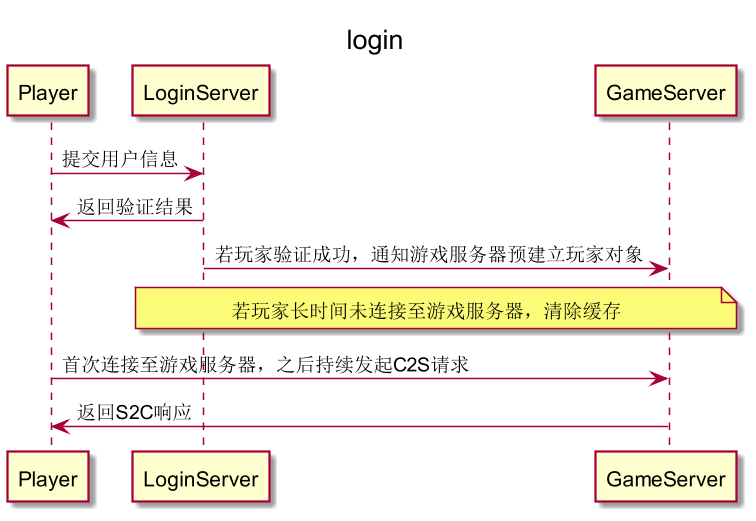
paoqi1997/sundries keeps this PlantUML diagram as plantuml/login.png. Above is the earlier version.
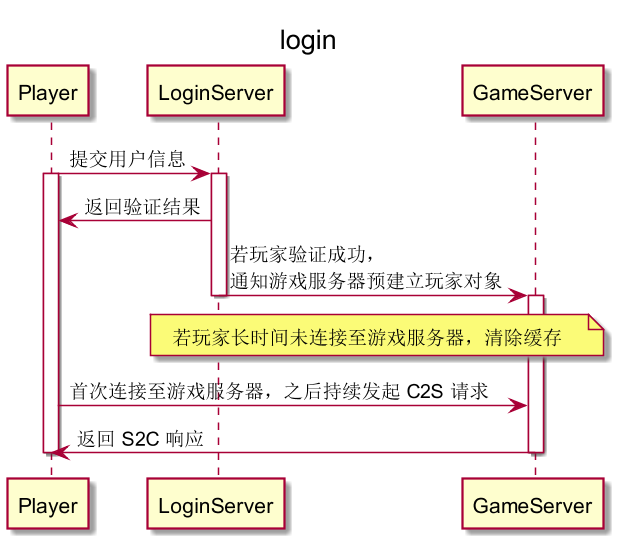
After the commit.

Commit message:
plantuml: 添加生命线

The edit, as a diff of the source:
```diff
@@ -4,12 +4,20 @@
 title login
 
 Player -> LoginServer: 提交用户信息
+activate Player
+activate LoginServer
+
 LoginServer -> Player: 返回验证结果
 
-LoginServer -> GameServer: 若玩家验证成功，通知游戏服务器预建立玩家对象
+LoginServer -> GameServer: 若玩家验证成功，\n通知游戏服务器预建立玩家对象
+deactivate LoginServer
+activate GameServer
+
 note over LoginServer, GameServer: 若玩家长时间未连接至游戏服务器，清除缓存
 
-Player -> GameServer: 首次连接至游戏服务器，之后持续发起C2S请求
-GameServer -> Player: 返回S2C响应
+Player -> GameServer: 首次连接至游戏服务器，之后持续发起 C2S 请求
+GameServer -> Player: 返回 S2C 响应
+deactivate GameServer
+deactivate Player
 
 @enduml
```
